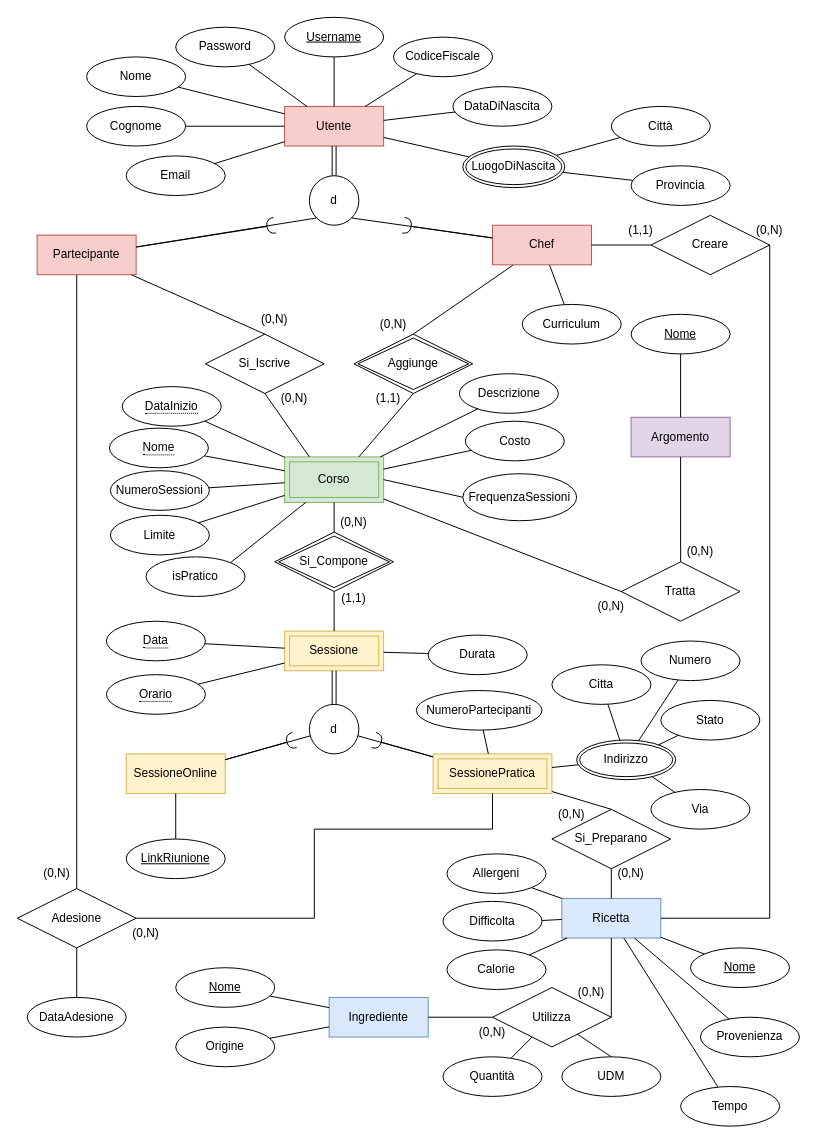
Above: Database/tmp concettuale/UninaFoodLab_ER.drawio in kiyx/UninaFoodLab (draw.io), before the change. Source tidied: cells renumbered, new cells numbered last; positions are measured from the earlier drawing's top-left corner, leaving out a move shared by most shapes. Both pictures are drawn from the tidied source at 99%, with x=0, y=0 at pixel (17, 17).
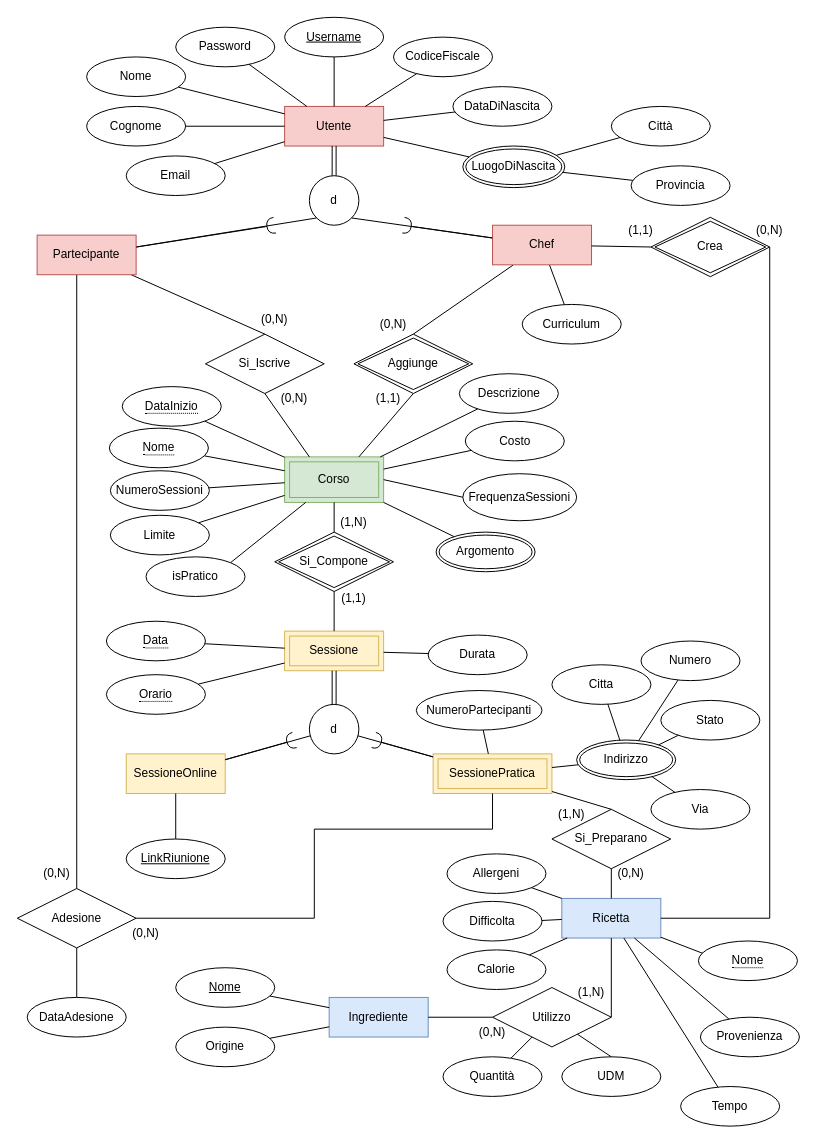
Above is the later version.

Unchanged cells that the change refers to:
```xml
<mxCell id="18" value="Corso" style="shape=ext;margin=3;double=1;whiteSpace=wrap;html=1;align=center;fillColor=#d5e8d4;strokeColor=#82b366;" parent="1" vertex="1">
  <mxGeometry x="270" y="444" width="100" height="46" as="geometry" />
</mxCell>
<mxCell id="40" value="Ricetta" style="whiteSpace=wrap;html=1;align=center;fillColor=#dae8fc;strokeColor=#6c8ebf;" parent="1" vertex="1">
  <mxGeometry x="550" y="890" width="100" height="40" as="geometry" />
</mxCell>
<mxCell id="89" value="Chef" style="whiteSpace=wrap;html=1;align=center;fillColor=#f8cecc;strokeColor=#b85450;" parent="1" vertex="1">
  <mxGeometry x="480" y="210" width="100" height="40" as="geometry" />
</mxCell>
```

The edit, as a diff of the source:
```diff
@@
-    <mxCell id="3" value="Argomento" style="whiteSpace=wrap;html=1;align=center;fillColor=#e1d5e7;strokeColor=#9673a6;" parent="1" vertex="1">
-      <mxGeometry x="620" y="404" width="100" height="40" as="geometry" />
-    </mxCell>
@@
-    <mxCell id="25" value="Nome" style="ellipse;whiteSpace=wrap;html=1;align=center;fontStyle=4;" parent="1" vertex="1">
-      <mxGeometry x="620" y="300" width="100" height="40" as="geometry" />
-    </mxCell>
-    <mxCell id="26" style="endArrow=none;html=1;rounded=0;" parent="1" edge="1" source="25" target="3">
-      <mxGeometry relative="1" as="geometry" />
-    </mxCell>
@@
-    <mxCell id="42" value="Nome" style="ellipse;whiteSpace=wrap;html=1;align=center;fontStyle=4;" parent="1" vertex="1">
-      <mxGeometry x="680" y="940" width="100" height="40" as="geometry" />
-    </mxCell>
@@
-    <mxCell id="49" style="endArrow=none;html=1;rounded=0;" parent="1" edge="1" source="40" target="42">
-      <mxGeometry relative="1" as="geometry" />
+    <mxCell id="49" style="endArrow=none;html=1;rounded=0;" parent="1" edge="1" source="40">
+      <mxGeometry relative="1" as="geometry">
+        <mxPoint x="694" y="946.1" as="targetPoint" />
+      </mxGeometry>
     </mxCell>
@@
-    <mxCell id="67" style="endArrow=none;html=1;rounded=0;entryX=0;entryY=0.5;entryDx=0;entryDy=0;" parent="1" edge="1" source="18" target="68">
-      <mxGeometry relative="1" as="geometry" />
-    </mxCell>
-    <mxCell id="68" value="Tratta" style="shape=rhombus;perimeter=rhombusPerimeter;whiteSpace=wrap;html=1;align=center;" parent="1" vertex="1">
-      <mxGeometry x="610" y="550" width="120" height="60" as="geometry" />
-    </mxCell>
-    <mxCell id="69" style="endArrow=none;html=1;rounded=0;exitX=0.5;exitY=0;exitDx=0;exitDy=0;" parent="1" edge="1" source="68" target="3">
-      <mxGeometry relative="1" as="geometry" />
-    </mxCell>
@@
-    <mxCell id="79" value="Utilizza" style="shape=rhombus;perimeter=rhombusPerimeter;whiteSpace=wrap;html=1;align=center;" parent="1" vertex="1">
+    <mxCell id="79" value="Utilizzo" style="shape=rhombus;perimeter=rhombusPerimeter;whiteSpace=wrap;html=1;align=center;" parent="1" vertex="1">
       <mxGeometry x="480" y="980" width="120" height="60" as="geometry" />
     </mxCell>
@@
-    <mxCell id="110" value="(0,N)" style="text;html=1;align=center;verticalAlign=middle;whiteSpace=wrap;rounded=0;" parent="1" vertex="1">
-      <mxGeometry x="570" y="580" width="60" height="30" as="geometry" />
-    </mxCell>
-    <mxCell id="111" value="(0,N)" style="text;html=1;align=center;verticalAlign=middle;whiteSpace=wrap;rounded=0;" parent="1" vertex="1">
-      <mxGeometry x="660" y="525" width="60" height="30" as="geometry" />
-    </mxCell>
@@
-    <mxCell id="115" value="(0,N)" style="text;html=1;align=center;verticalAlign=middle;whiteSpace=wrap;rounded=0;" parent="1" vertex="1">
+    <mxCell id="115" value="(1,N)" style="text;html=1;align=center;verticalAlign=middle;whiteSpace=wrap;rounded=0;" parent="1" vertex="1">
       <mxGeometry x="550" y="970" width="60" height="30" as="geometry" />
     </mxCell>
-    <mxCell id="116" value="(0,N)" style="text;html=1;align=center;verticalAlign=middle;whiteSpace=wrap;rounded=0;" parent="1" vertex="1">
+    <mxCell id="116" value="(1,N)" style="text;html=1;align=center;verticalAlign=middle;whiteSpace=wrap;rounded=0;" parent="1" vertex="1">
       <mxGeometry x="530" y="790" width="60" height="30" as="geometry" />
     </mxCell>
@@
-    <mxCell id="119" value="(0,N)" style="text;html=1;align=center;verticalAlign=middle;whiteSpace=wrap;rounded=0;" parent="1" vertex="1">
+    <mxCell id="119" value="(1,N)" style="text;html=1;align=center;verticalAlign=middle;whiteSpace=wrap;rounded=0;" parent="1" vertex="1">
       <mxGeometry x="310" y="495" width="60" height="30" as="geometry" />
     </mxCell>
@@
-    <mxCell id="143" value="Creare" style="shape=rhombus;perimeter=rhombusPerimeter;whiteSpace=wrap;html=1;align=center;" parent="1" vertex="1">
-      <mxGeometry x="640" y="200" width="120" height="60" as="geometry" />
-    </mxCell>
-    <mxCell id="144" style="endArrow=none;html=1;rounded=0;entryX=0;entryY=0.5;entryDx=0;entryDy=0;" parent="1" edge="1" source="89" target="143">
-      <mxGeometry relative="1" as="geometry" />
+    <mxCell id="144" style="endArrow=none;html=1;rounded=0;entryX=0;entryY=0.5;entryDx=0;entryDy=0;" parent="1" edge="1" source="89">
+      <mxGeometry relative="1" as="geometry">
+        <mxPoint x="640" y="232" as="targetPoint" />
+      </mxGeometry>
     </mxCell>
-    <mxCell id="145" style="endArrow=none;html=1;rounded=0;entryX=1;entryY=0.5;entryDx=0;entryDy=0;" parent="1" edge="1" source="40" target="143">
+    <mxCell id="145" style="endArrow=none;html=1;rounded=0;entryX=1;entryY=0.5;entryDx=0;entryDy=0;" parent="1" edge="1" source="40">
       <mxGeometry relative="1" as="geometry">
+        <mxPoint x="760" y="232" as="targetPoint" />
         <Array as="points">
           <mxPoint x="760" y="910" />
         </Array>
       </mxGeometry>
     </mxCell>
@@
+    <mxCell id="3" value="Argomento" style="ellipse;shape=doubleEllipse;margin=3;whiteSpace=wrap;html=1;align=center;" parent="1" vertex="1">
+      <mxGeometry x="423" y="520" width="100" height="40" as="geometry" />
+    </mxCell>
+    <mxCell id="150" style="endArrow=none;html=1;rounded=0;entryX=1;entryY=1;entryDx=0;entryDy=0;" parent="1" edge="1" source="3" target="18">
+      <mxGeometry relative="1" as="geometry" />
+    </mxCell>
+    <mxCell id="151" value="Crea" style="shape=rhombus;double=1;perimeter=rhombusPerimeter;whiteSpace=wrap;html=1;align=center;" parent="1" vertex="1">
+      <mxGeometry x="640" y="202" width="120" height="60" as="geometry" />
+    </mxCell>
+    <mxCell id="152" value="&lt;span style=&quot;border-bottom: 1px dotted&quot;&gt;Nome&lt;/span&gt;" style="ellipse;whiteSpace=wrap;html=1;align=center;" parent="1" vertex="1">
+      <mxGeometry x="688" y="933" width="100" height="40" as="geometry" />
+    </mxCell>
```
